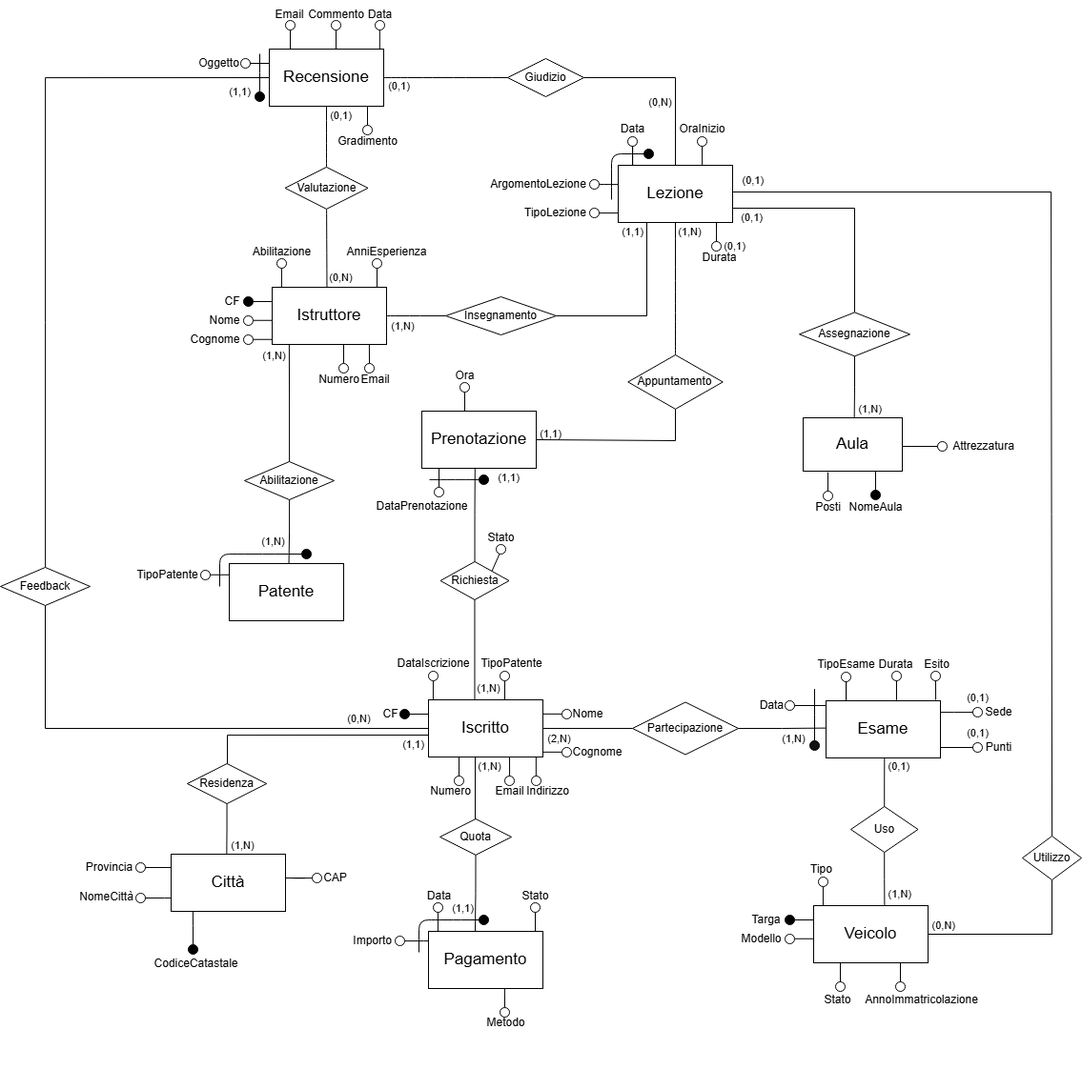
Above: img/ER_ScuolaGuidaRistrutturato.drawio.png in Andrea-Difino/db_scuola_guida (draw.io), before the change. Source tidied: cells renumbered, new cells last; positions are measured from the earlier drawing's top-left corner, leaving out a move shared by most shapes.
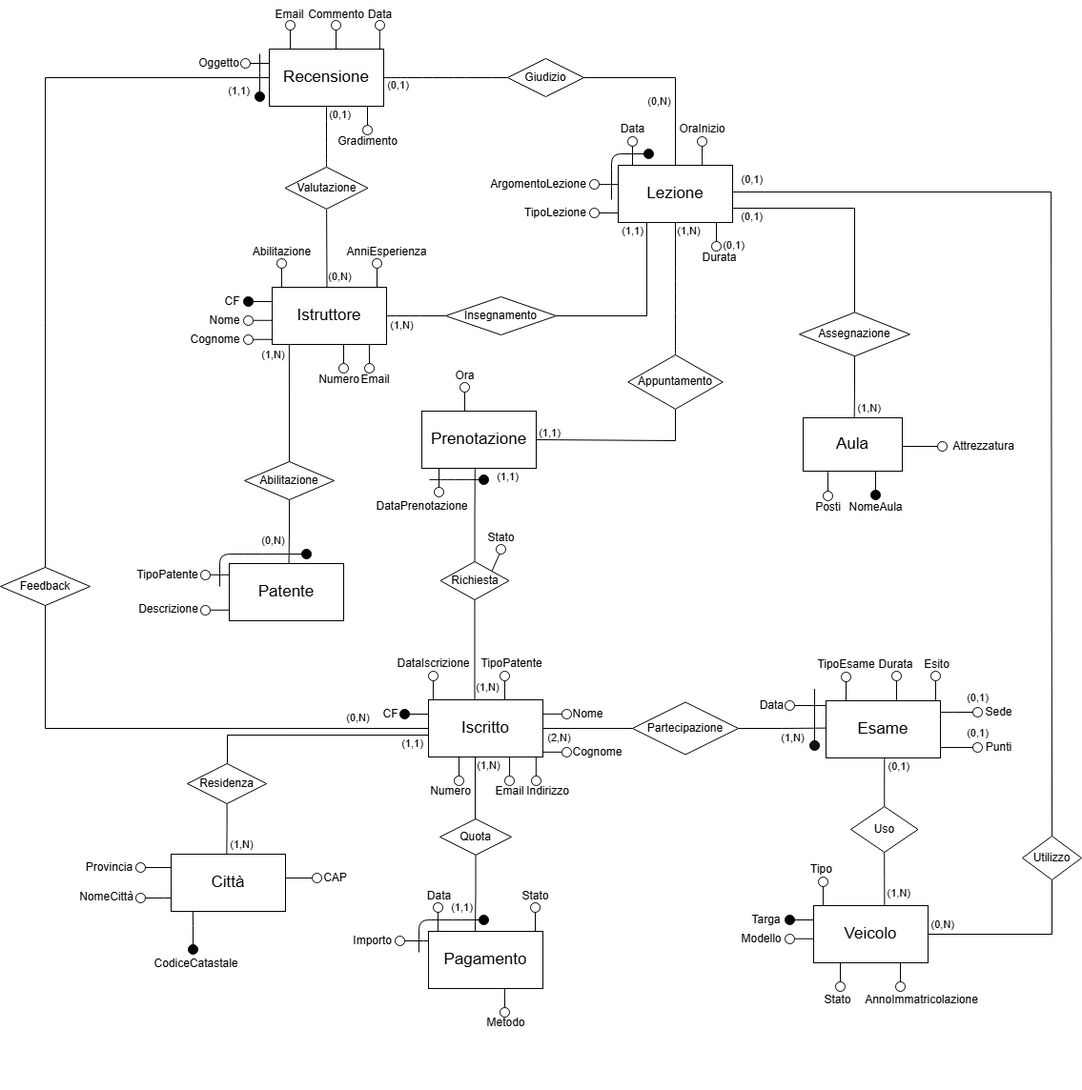
The same diagram one commit later.

Commit message:
aggiunto attributo descrizione a Patente

Diff of the diagram source:
```diff
@@ -332,13 +332,25 @@
     <mxCell id="83" style="ellipse;whiteSpace=wrap;html=1;rounded=0;strokeColor=light-dark(#000000,#000000);align=center;verticalAlign=middle;fontFamily=Helvetica;fontSize=12;fontColor=light-dark(#000000,#000000);fillColor=light-dark(#000000,#000000);" parent="78" vertex="1">
       <mxGeometry x="180" y="159" width="10" height="10" as="geometry" />
     </mxCell>
+    <mxCell id="261" style="endArrow=none;html=1;rounded=0;fontFamily=Helvetica;fontSize=12;fontColor=default;exitX=1;exitY=0.5;exitDx=0;exitDy=0;entryX=0;entryY=0.25;entryDx=0;entryDy=0;strokeColor=light-dark(#000000,#000000);" parent="78" edge="1">
+      <mxGeometry relative="1" as="geometry">
+        <mxPoint x="84" y="222.8" as="sourcePoint" />
+        <mxPoint x="104" y="222.8" as="targetPoint" />
+      </mxGeometry>
+    </mxCell>
+    <mxCell id="262" style="ellipse;whiteSpace=wrap;html=1;rounded=0;strokeColor=light-dark(#000000,#000000);align=center;verticalAlign=middle;fontFamily=Helvetica;fontSize=12;fontColor=light-dark(#000000,#000000);fillColor=light-dark(#000000,#FFFFFF);" parent="78" vertex="1">
+      <mxGeometry x="74" y="218" width="10" height="10" as="geometry" />
+    </mxCell>
+    <mxCell id="263" value="Descrizione" style="text;html=1;align=center;verticalAlign=middle;strokeColor=none;fillColor=none;fontFamily=Helvetica;fontSize=12;fontColor=light-dark(#000000,#000000);" parent="78" vertex="1">
+      <mxGeometry x="-1" y="209" width="81" height="26" as="geometry" />
+    </mxCell>
     <mxCell id="84" value="&lt;font style=&quot;color: light-dark(rgb(0, 0, 0), rgb(0, 0, 0));&quot;&gt;Abilitazione&lt;/font&gt;" style="rhombus;whiteSpace=wrap;html=1;fillColor=light-dark(#FFFFFF,#FFFFFF);strokeColor=light-dark(#000000,#000000);" parent="68" vertex="1">
       <mxGeometry x="-46" y="54" width="94" height="40" as="geometry" />
     </mxCell>
     <mxCell id="85" style="edgeStyle=orthogonalEdgeStyle;shape=connector;rounded=0;jettySize=auto;html=1;strokeColor=light-dark(#000000,#000000);align=center;verticalAlign=middle;fontFamily=Helvetica;fontSize=11;fontColor=light-dark(#000000,#000000);labelBackgroundColor=default;startFill=0;endArrow=none;entryX=0.521;entryY=0.011;entryDx=0;entryDy=0;entryPerimeter=0;" parent="68" edge="1" source="84" target="87">
       <mxGeometry relative="1" as="geometry" />
     </mxCell>
-    <mxCell id="86" value="&lt;span&gt;&lt;font style=&quot;&quot;&gt;(1,N)&lt;/font&gt;&lt;/span&gt;" style="edgeLabel;html=1;align=center;verticalAlign=middle;fontColor=light-dark(#000000,#000000);labelBackgroundColor=none;" parent="85" vertex="1">
+    <mxCell id="86" value="&lt;span&gt;&lt;font style=&quot;&quot;&gt;(0,N)&lt;/font&gt;&lt;/span&gt;" style="edgeLabel;html=1;align=center;verticalAlign=middle;fontColor=light-dark(#000000,#000000);labelBackgroundColor=none;" parent="85" vertex="1">
       <mxGeometry x="0.3" relative="1" as="geometry">
         <mxPoint x="-17" y="-1" as="offset" />
       </mxGeometry>
```
